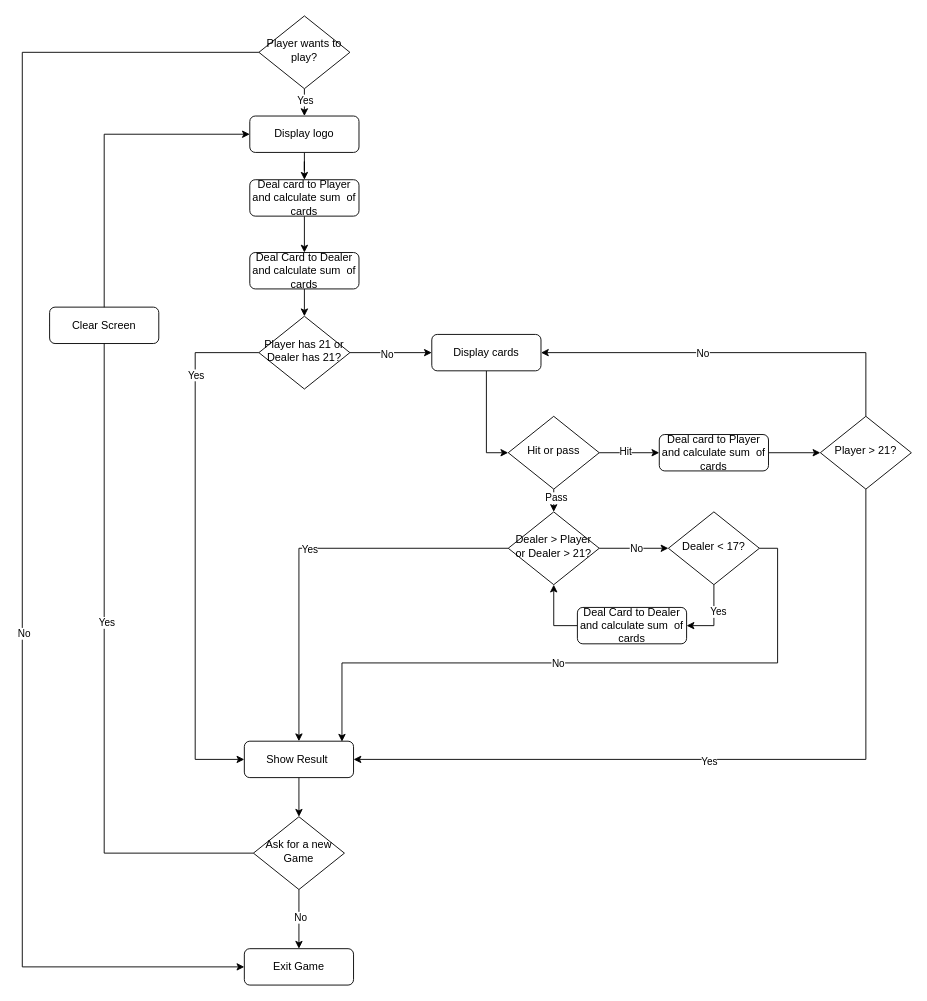
The draw.io diagram day_11_blackjack_game/project_files/flowchart_blackjack.drawio in ErkanHatipoglu/100-days-of-code, before the edit. Source tidied: cells renumbered, new cells numbered last; positions are measured from the earlier drawing's top-left corner, leaving out a move shared by most shapes. Both pictures are drawn from the tidied source at 91%, with x=0, y=0 at pixel (22, 15).
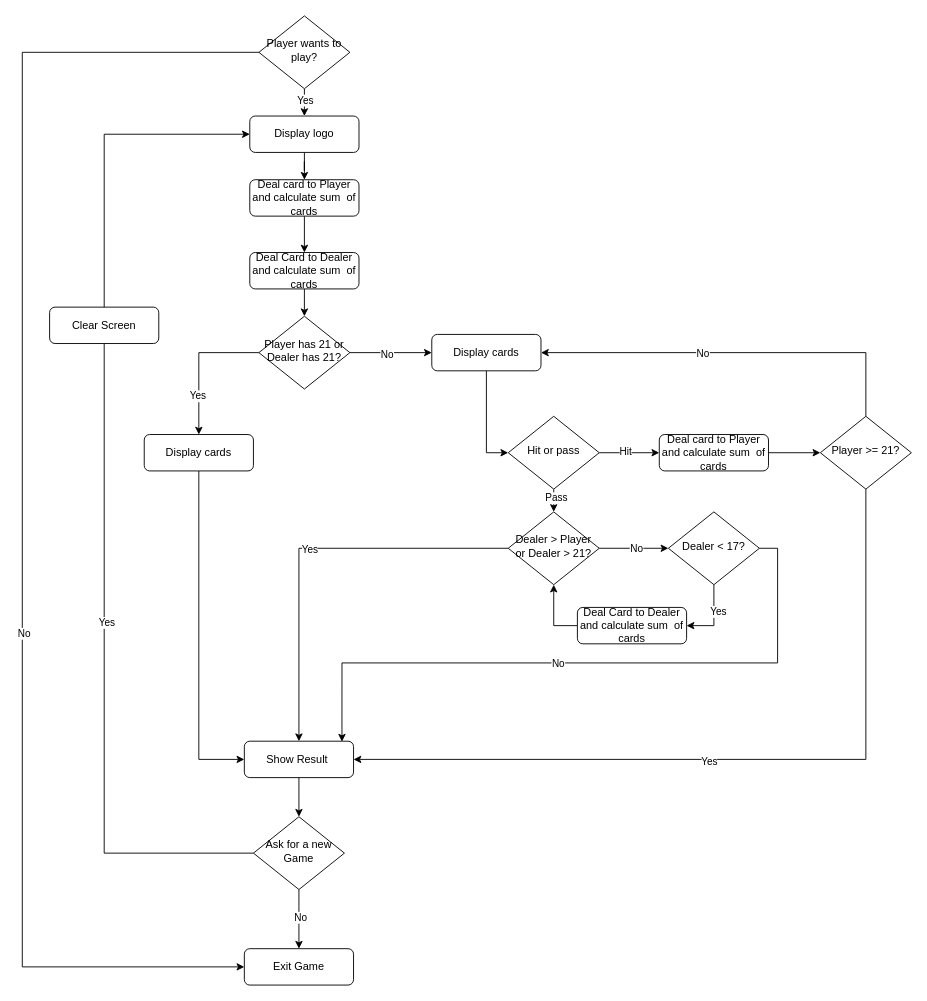
Above is the later version.

The change refers to these unchanged cells:
```xml
<mxCell id="10" value="Player has 21 or Dealer has 21?" style="rhombus;whiteSpace=wrap;html=1;shadow=0;fontFamily=Helvetica;fontSize=12;align=center;strokeWidth=1;spacing=6;spacingTop=-4;" parent="1" vertex="1">
  <mxGeometry x="260" y="330" width="100" height="80" as="geometry" />
</mxCell>
<mxCell id="12" value="Show Result&amp;nbsp;" style="rounded=1;whiteSpace=wrap;html=1;fontSize=12;glass=0;strokeWidth=1;shadow=0;" parent="1" vertex="1">
  <mxGeometry x="244" y="797" width="120" height="40" as="geometry" />
</mxCell>
```

The edit, as a diff of the source:
```diff
@@
-    <mxCell id="6" style="edgeStyle=orthogonalEdgeStyle;rounded=0;jettySize=auto;html=1;exitX=0;exitY=0.5;exitDx=0;exitDy=0;entryX=0;entryY=0.5;entryDx=0;entryDy=0;" parent="1" edge="1" source="10" target="12">
-      <mxGeometry relative="1" as="geometry">
-        <Array as="points">
-          <mxPoint x="190" y="370" />
-          <mxPoint x="190" y="817" />
-        </Array>
-      </mxGeometry>
-    </mxCell>
-    <mxCell id="7" value="Yes" style="edgeLabel;html=1;align=center;verticalAlign=middle;" parent="6" vertex="1">
-      <mxGeometry x="-0.67" relative="1" as="geometry" />
-    </mxCell>
@@
+    <mxCell id="54" style="edgeStyle=orthogonalEdgeStyle;rounded=0;jettySize=auto;html=1;exitX=0;exitY=0.5;exitDx=0;exitDy=0;entryX=0.5;entryY=0;entryDx=0;entryDy=0;" parent="1" edge="1" source="10" target="56">
+      <mxGeometry relative="1" as="geometry" />
+    </mxCell>
+    <mxCell id="7" value="Yes" style="edgeLabel;html=1;align=center;verticalAlign=middle;" parent="54" vertex="1">
+      <mxGeometry x="0.45" y="-2" relative="1" as="geometry" />
+    </mxCell>
@@
-    <mxCell id="48" value="Player &amp;gt; 21?" style="rhombus;whiteSpace=wrap;html=1;shadow=0;fontFamily=Helvetica;fontSize=12;align=center;strokeWidth=1;spacing=6;spacingTop=-4;" parent="1" vertex="1">
+    <mxCell id="48" value="Player &amp;gt;= 21?" style="rhombus;whiteSpace=wrap;html=1;shadow=0;fontFamily=Helvetica;fontSize=12;align=center;strokeWidth=1;spacing=6;spacingTop=-4;" parent="1" vertex="1">
       <mxGeometry x="877" y="440" width="100" height="80" as="geometry" />
     </mxCell>
@@
+    <mxCell id="55" style="edgeStyle=orthogonalEdgeStyle;rounded=0;jettySize=auto;html=1;exitX=0.5;exitY=1;exitDx=0;exitDy=0;entryX=0;entryY=0.5;entryDx=0;entryDy=0;" parent="1" edge="1" source="56" target="12">
+      <mxGeometry relative="1" as="geometry" />
+    </mxCell>
+    <mxCell id="56" value="Display cards" style="rounded=1;whiteSpace=wrap;html=1;fontSize=12;glass=0;strokeWidth=1;shadow=0;" parent="1" vertex="1">
+      <mxGeometry x="134" y="460" width="120" height="40" as="geometry" />
+    </mxCell>
```
